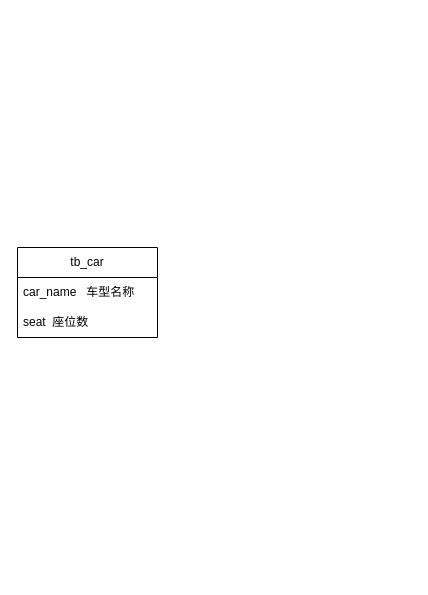
Before: 车辆相关表关联关系说明.drawio in ammengke/my-drawio, a draw.io diagram. Source tidied: cells renumbered, new cells numbered last; positions are measured from the earlier drawing's top-left corner, leaving out a move shared by most shapes. Both pictures are drawn from the tidied source at 100%, with x=0, y=0 at pixel (17, 247).
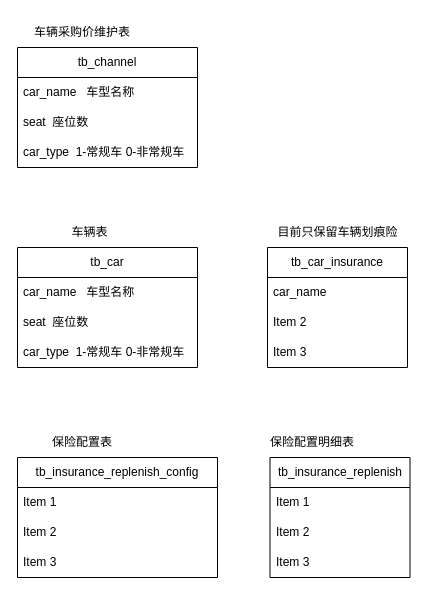
The same page after the edit.

Commit message (it also covers changes not shown here):
更新车辆相关表关联关系说明.drawio

Diff of the diagram source:
```diff
@@
     <mxCell id="2" value="tb_car" style="swimlane;fontStyle=0;horizontal=1;startSize=30;whiteSpace=wrap;html=1;" parent="1" vertex="1">
-      <mxGeometry width="140" height="90" as="geometry" />
+      <mxGeometry width="180" height="120" as="geometry" />
     </mxCell>
     <mxCell id="3" value="car_name&amp;nbsp; &amp;nbsp;车型名称" style="text;strokeColor=none;fillColor=none;align=left;verticalAlign=middle;spacingLeft=4;spacingRight=4;overflow=hidden;whiteSpace=wrap;html=1;" parent="2" vertex="1">
-      <mxGeometry y="30" width="140" height="30" as="geometry" />
+      <mxGeometry y="30" width="180" height="30" as="geometry" />
     </mxCell>
     <mxCell id="4" value="seat&amp;nbsp; 座位数" style="text;strokeColor=none;fillColor=none;align=left;verticalAlign=middle;spacingLeft=4;spacingRight=4;overflow=hidden;whiteSpace=wrap;html=1;" parent="2" vertex="1">
-      <mxGeometry y="60" width="140" height="30" as="geometry" />
+      <mxGeometry y="60" width="180" height="30" as="geometry" />
     </mxCell>
+    <mxCell id="5" value="car_type&amp;nbsp; 1-常规车 0-非常规车" style="text;strokeColor=none;fillColor=none;align=left;verticalAlign=middle;spacingLeft=4;spacingRight=4;overflow=hidden;whiteSpace=wrap;html=1;" parent="2" vertex="1">
+      <mxGeometry y="90" width="180" height="30" as="geometry" />
+    </mxCell>
+    <mxCell id="6" value="tb_car_insurance" style="swimlane;fontStyle=0;horizontal=1;startSize=30;whiteSpace=wrap;html=1;" parent="1" vertex="1">
+      <mxGeometry x="250" width="140" height="120" as="geometry" />
+    </mxCell>
+    <mxCell id="7" value="car_name" style="text;strokeColor=none;fillColor=none;align=left;verticalAlign=middle;spacingLeft=4;spacingRight=4;overflow=hidden;whiteSpace=wrap;html=1;" parent="6" vertex="1">
+      <mxGeometry y="30" width="140" height="30" as="geometry" />
+    </mxCell>
+    <mxCell id="8" value="Item 2" style="text;strokeColor=none;fillColor=none;align=left;verticalAlign=middle;spacingLeft=4;spacingRight=4;overflow=hidden;whiteSpace=wrap;html=1;" parent="6" vertex="1">
+      <mxGeometry y="60" width="140" height="30" as="geometry" />
+    </mxCell>
+    <mxCell id="9" value="Item 3" style="text;strokeColor=none;fillColor=none;align=left;verticalAlign=middle;spacingLeft=4;spacingRight=4;overflow=hidden;whiteSpace=wrap;html=1;" parent="6" vertex="1">
+      <mxGeometry y="90" width="140" height="30" as="geometry" />
+    </mxCell>
+    <mxCell id="10" value="目前只保留车辆划痕险" style="text;html=1;align=center;verticalAlign=middle;whiteSpace=wrap;rounded=0;" parent="1" vertex="1">
+      <mxGeometry x="247.5" y="-30" width="145" height="30" as="geometry" />
+    </mxCell>
+    <mxCell id="11" value="车辆表" style="text;html=1;align=center;verticalAlign=middle;whiteSpace=wrap;rounded=0;" parent="1" vertex="1">
+      <mxGeometry y="-30" width="145" height="30" as="geometry" />
+    </mxCell>
+    <mxCell id="12" value="tb_insurance_replenish" style="swimlane;fontStyle=0;horizontal=1;startSize=30;whiteSpace=wrap;html=1;" parent="1" vertex="1">
+      <mxGeometry x="252.5" y="210" width="140" height="120" as="geometry" />
+    </mxCell>
+    <mxCell id="13" value="Item 1" style="text;strokeColor=none;fillColor=none;align=left;verticalAlign=middle;spacingLeft=4;spacingRight=4;overflow=hidden;whiteSpace=wrap;html=1;" parent="12" vertex="1">
+      <mxGeometry y="30" width="140" height="30" as="geometry" />
+    </mxCell>
+    <mxCell id="14" value="Item 2" style="text;strokeColor=none;fillColor=none;align=left;verticalAlign=middle;spacingLeft=4;spacingRight=4;overflow=hidden;whiteSpace=wrap;html=1;" parent="12" vertex="1">
+      <mxGeometry y="60" width="140" height="30" as="geometry" />
+    </mxCell>
+    <mxCell id="15" value="Item 3" style="text;strokeColor=none;fillColor=none;align=left;verticalAlign=middle;spacingLeft=4;spacingRight=4;overflow=hidden;whiteSpace=wrap;html=1;" parent="12" vertex="1">
+      <mxGeometry y="90" width="140" height="30" as="geometry" />
+    </mxCell>
+    <mxCell id="16" value="tb_insurance_replenish_config" style="swimlane;fontStyle=0;horizontal=1;startSize=30;whiteSpace=wrap;html=1;" parent="1" vertex="1">
+      <mxGeometry y="210" width="200" height="120" as="geometry" />
+    </mxCell>
+    <mxCell id="17" value="Item 1" style="text;strokeColor=none;fillColor=none;align=left;verticalAlign=middle;spacingLeft=4;spacingRight=4;overflow=hidden;whiteSpace=wrap;html=1;" parent="16" vertex="1">
+      <mxGeometry y="30" width="200" height="30" as="geometry" />
+    </mxCell>
+    <mxCell id="18" value="Item 2" style="text;strokeColor=none;fillColor=none;align=left;verticalAlign=middle;spacingLeft=4;spacingRight=4;overflow=hidden;whiteSpace=wrap;html=1;" parent="16" vertex="1">
+      <mxGeometry y="60" width="200" height="30" as="geometry" />
+    </mxCell>
+    <mxCell id="19" value="Item 3" style="text;strokeColor=none;fillColor=none;align=left;verticalAlign=middle;spacingLeft=4;spacingRight=4;overflow=hidden;whiteSpace=wrap;html=1;" parent="16" vertex="1">
+      <mxGeometry y="90" width="200" height="30" as="geometry" />
+    </mxCell>
+    <mxCell id="20" value="tb_channel" style="swimlane;fontStyle=0;horizontal=1;startSize=30;whiteSpace=wrap;html=1;" parent="1" vertex="1">
+      <mxGeometry y="-200" width="180" height="120" as="geometry" />
+    </mxCell>
+    <mxCell id="21" value="car_name&amp;nbsp; &amp;nbsp;车型名称" style="text;strokeColor=none;fillColor=none;align=left;verticalAlign=middle;spacingLeft=4;spacingRight=4;overflow=hidden;whiteSpace=wrap;html=1;" parent="20" vertex="1">
+      <mxGeometry y="30" width="180" height="30" as="geometry" />
+    </mxCell>
+    <mxCell id="22" value="seat&amp;nbsp; 座位数" style="text;strokeColor=none;fillColor=none;align=left;verticalAlign=middle;spacingLeft=4;spacingRight=4;overflow=hidden;whiteSpace=wrap;html=1;" parent="20" vertex="1">
+      <mxGeometry y="60" width="180" height="30" as="geometry" />
+    </mxCell>
+    <mxCell id="23" value="car_type&amp;nbsp; 1-常规车 0-非常规车" style="text;strokeColor=none;fillColor=none;align=left;verticalAlign=middle;spacingLeft=4;spacingRight=4;overflow=hidden;whiteSpace=wrap;html=1;" parent="20" vertex="1">
+      <mxGeometry y="90" width="180" height="30" as="geometry" />
+    </mxCell>
+    <mxCell id="24" value="车辆采购价维护表" style="text;html=1;align=center;verticalAlign=middle;whiteSpace=wrap;rounded=0;" parent="1" vertex="1">
+      <mxGeometry y="-230" width="130" height="30" as="geometry" />
+    </mxCell>
+    <mxCell id="25" value="保险配置表" style="text;html=1;align=center;verticalAlign=middle;whiteSpace=wrap;rounded=0;" parent="1" vertex="1">
+      <mxGeometry x="10" y="180" width="110" height="30" as="geometry" />
+    </mxCell>
+    <mxCell id="26" value="保险配置明细表" style="text;html=1;align=center;verticalAlign=middle;whiteSpace=wrap;rounded=0;" parent="1" vertex="1">
+      <mxGeometry x="240" y="180" width="110" height="30" as="geometry" />
+    </mxCell>
```
